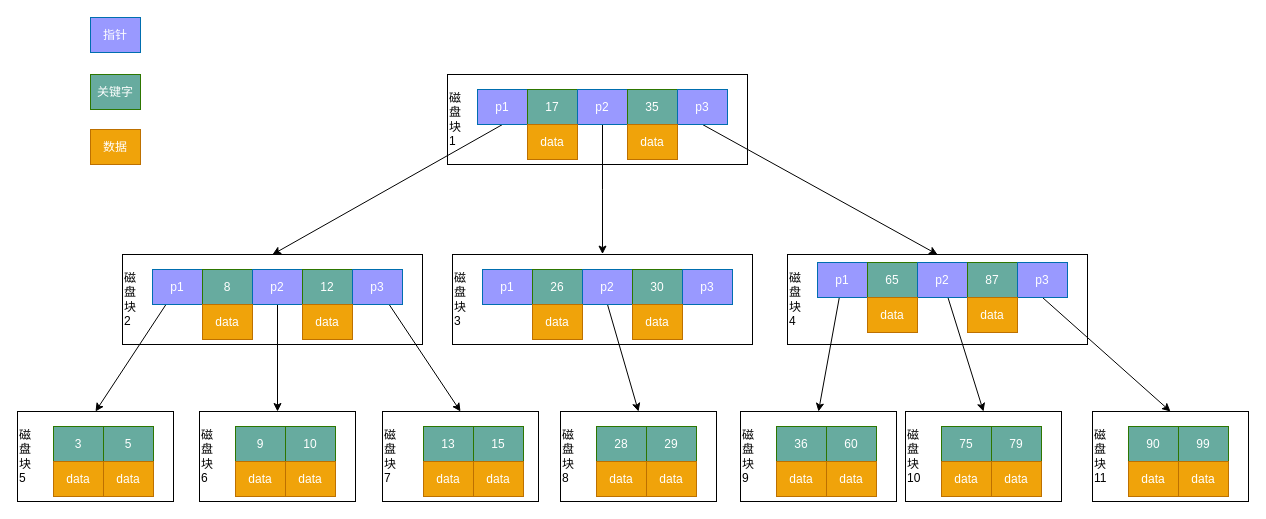
tianxing-ovo/draw.io keeps this draw.io diagram as BTree.drawio. Above is the earlier version. Source tidied: cells renumbered, new cells numbered last; positions are measured from the earlier drawing's top-left corner, leaving out a move shared by most shapes. Both pictures are drawn from the tidied source at 100%, with x=0, y=0 at pixel (17, 17).
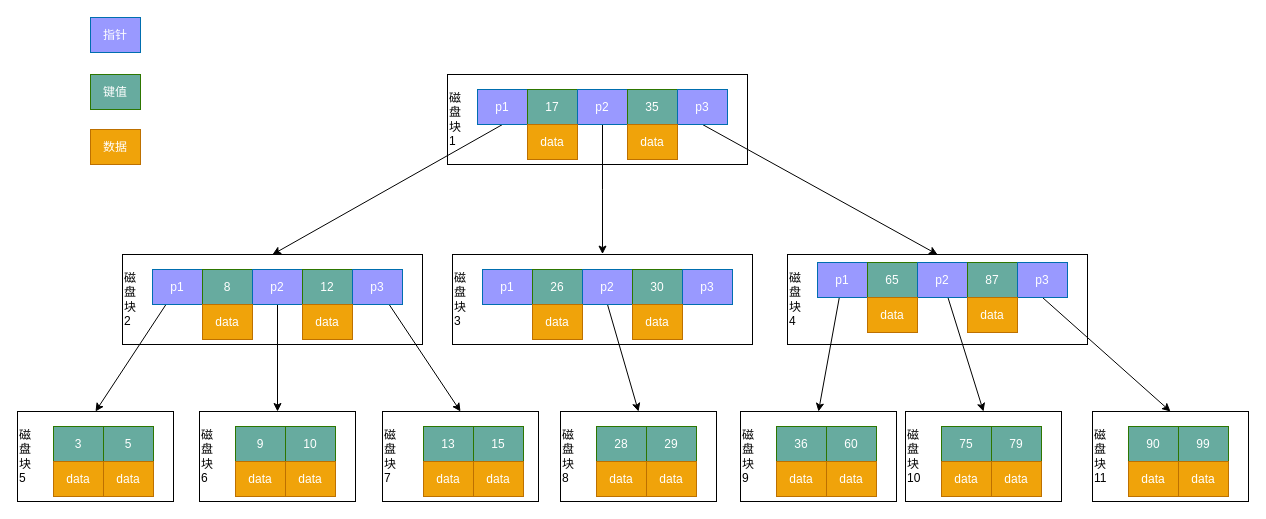
The same diagram, later.

The edit, as a diff of the source:
```diff
@@
-    <mxCell id="80" value="关键字" style="rounded=0;whiteSpace=wrap;html=1;fillColor=#67AB9F;strokeColor=#2D7600;fontColor=#ffffff;" parent="1" vertex="1">
+    <mxCell id="80" value="键值" style="rounded=0;whiteSpace=wrap;html=1;fillColor=#67AB9F;strokeColor=#2D7600;fontColor=#ffffff;" parent="1" vertex="1">
       <mxGeometry x="73" y="57" width="50" height="35" as="geometry" />
     </mxCell>
```
